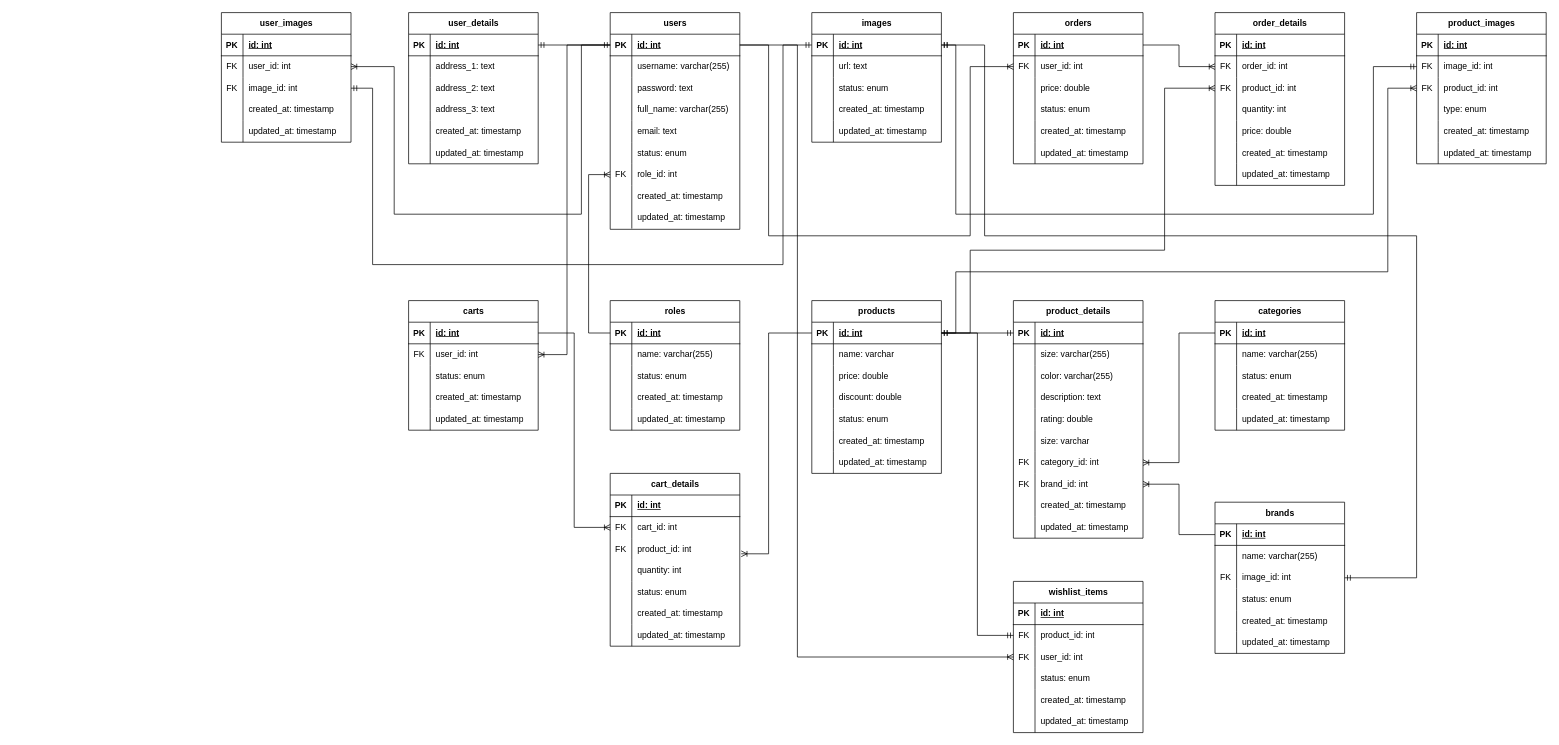
This is database.drawio from nhuttan12/thuc-tap-lap-trinh-di-dong, a draw.io file, before an edit. Source tidied: cells renumbered, new cells numbered last; positions are measured from the earlier drawing's top-left corner, leaving out a move shared by most shapes. Both pictures are drawn from the tidied source at 72%, with x=0, y=0 at pixel (221, 12).
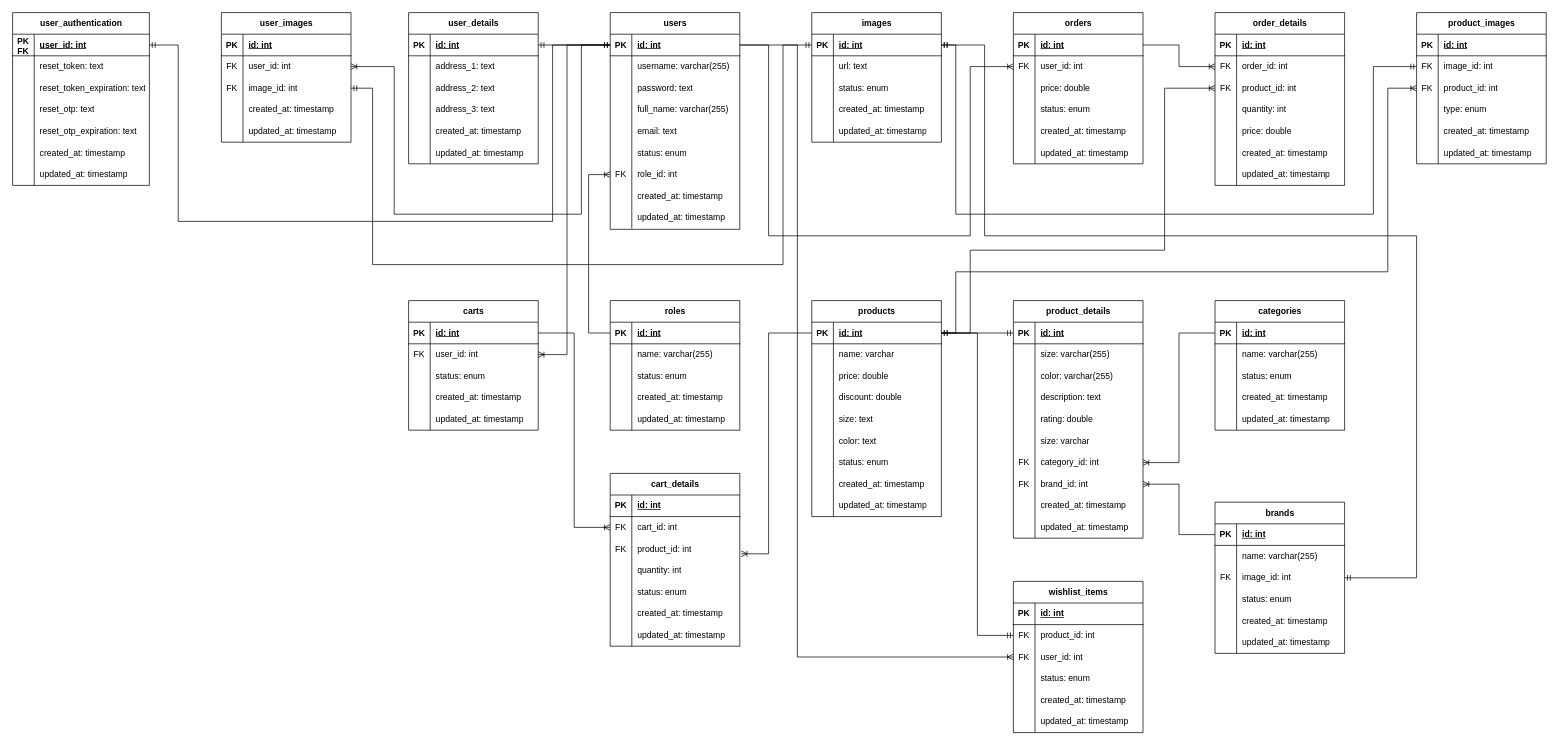
The same diagram, later.

The change refers to these unchanged cells:
```xml
<mxCell id="3" style="shape=tableRow;horizontal=0;startSize=0;swimlaneHead=0;swimlaneBody=0;fillColor=none;points=[[0,0.5],[1,0.5]];portConstraint=eastwest;top=0;left=0;right=0;bottom=1;" parent="2" vertex="1">
  <mxGeometry y="30" width="180" height="30" as="geometry" />
</mxCell>
```

The edit, as a diff of the source:
```diff
@@
     <mxCell id="66" value="products" style="shape=table;startSize=30;childLayout=tableLayout;rowLines=0;fontStyle=1;align=center;html=1;" parent="1" vertex="1">
-      <mxGeometry x="820" y="400" width="180" height="240" as="geometry" />
+      <mxGeometry x="820" y="400" width="180" height="300" as="geometry" />
     </mxCell>
@@
+    <mxCell id="320" style="shape=tableRow;horizontal=0;startSize=0;swimlaneHead=0;swimlaneBody=0;fillColor=none;top=0;left=0;right=0;bottom=0;" parent="66" vertex="1">
+      <mxGeometry y="150" width="180" height="30" as="geometry" />
+    </mxCell>
+    <mxCell id="321" style="shape=partialRectangle;fillColor=none;top=0;left=0;bottom=0;right=0;overflow=hidden;whiteSpace=wrap;html=1;" parent="320" vertex="1">
+      <mxGeometry width="30" height="30" as="geometry" />
+    </mxCell>
+    <mxCell id="322" value="size: text" style="shape=partialRectangle;fillColor=none;top=0;left=0;bottom=0;right=0;align=left;spacingLeft=6;overflow=hidden;whiteSpace=wrap;html=1;" parent="320" vertex="1">
+      <mxGeometry x="30" width="150" height="30" as="geometry" />
+    </mxCell>
+    <mxCell id="323" style="shape=tableRow;horizontal=0;startSize=0;swimlaneHead=0;swimlaneBody=0;fillColor=none;top=0;left=0;right=0;bottom=0;" parent="66" vertex="1">
+      <mxGeometry y="180" width="180" height="30" as="geometry" />
+    </mxCell>
+    <mxCell id="324" style="shape=partialRectangle;fillColor=none;top=0;left=0;bottom=0;right=0;overflow=hidden;whiteSpace=wrap;html=1;" parent="323" vertex="1">
+      <mxGeometry width="30" height="30" as="geometry" />
+    </mxCell>
+    <mxCell id="325" value="color: text" style="shape=partialRectangle;fillColor=none;top=0;left=0;bottom=0;right=0;align=left;spacingLeft=6;overflow=hidden;whiteSpace=wrap;html=1;" parent="323" vertex="1">
+      <mxGeometry x="30" width="150" height="30" as="geometry" />
+    </mxCell>
     <mxCell id="79" style="shape=tableRow;horizontal=0;startSize=0;swimlaneHead=0;swimlaneBody=0;fillColor=none;top=0;left=0;right=0;bottom=0;" parent="66" vertex="1">
-      <mxGeometry y="150" width="180" height="30" as="geometry" />
+      <mxGeometry y="210" width="180" height="30" as="geometry" />
     </mxCell>
@@
     <mxCell id="82" style="shape=tableRow;horizontal=0;startSize=0;swimlaneHead=0;swimlaneBody=0;fillColor=none;top=0;left=0;right=0;bottom=0;" parent="66" vertex="1">
-      <mxGeometry y="180" width="180" height="30" as="geometry" />
+      <mxGeometry y="240" width="180" height="30" as="geometry" />
     </mxCell>
@@
     <mxCell id="85" style="shape=tableRow;horizontal=0;startSize=0;swimlaneHead=0;swimlaneBody=0;fillColor=none;top=0;left=0;right=0;bottom=0;" parent="66" vertex="1">
-      <mxGeometry y="210" width="180" height="30" as="geometry" />
+      <mxGeometry y="270" width="180" height="30" as="geometry" />
     </mxCell>
@@
+    <mxCell id="326" value="user_authentication" style="shape=table;startSize=30;childLayout=tableLayout;rowLines=0;fontStyle=1;align=center;html=1;" parent="1" vertex="1">
+      <mxGeometry x="-290" width="190" height="240" as="geometry" />
+    </mxCell>
+    <mxCell id="327" style="shape=tableRow;horizontal=0;startSize=0;swimlaneHead=0;swimlaneBody=0;fillColor=none;points=[[0,0.5],[1,0.5]];portConstraint=eastwest;top=0;left=0;right=0;bottom=1;" parent="326" vertex="1">
+      <mxGeometry y="30" width="190" height="30" as="geometry" />
+    </mxCell>
+    <mxCell id="328" value="PK&lt;div&gt;FK&lt;/div&gt;" style="shape=partialRectangle;fillColor=none;top=0;left=0;bottom=0;right=0;fontStyle=1;overflow=hidden;whiteSpace=wrap;html=1;" parent="327" vertex="1">
+      <mxGeometry width="30" height="30" as="geometry" />
+    </mxCell>
+    <mxCell id="329" value="user_id: int" style="shape=partialRectangle;fillColor=none;top=0;left=0;bottom=0;right=0;align=left;spacingLeft=6;fontStyle=5;overflow=hidden;whiteSpace=wrap;html=1;" parent="327" vertex="1">
+      <mxGeometry x="30" width="160" height="30" as="geometry" />
+    </mxCell>
+    <mxCell id="330" style="shape=tableRow;horizontal=0;startSize=0;swimlaneHead=0;swimlaneBody=0;fillColor=none;top=0;left=0;right=0;bottom=0;" parent="326" vertex="1">
+      <mxGeometry y="60" width="190" height="30" as="geometry" />
+    </mxCell>
+    <mxCell id="331" style="shape=partialRectangle;fillColor=none;top=0;left=0;bottom=0;right=0;overflow=hidden;whiteSpace=wrap;html=1;" parent="330" vertex="1">
+      <mxGeometry width="30" height="30" as="geometry" />
+    </mxCell>
+    <mxCell id="332" value="reset_token: text" style="shape=partialRectangle;fillColor=none;top=0;left=0;bottom=0;right=0;align=left;spacingLeft=6;overflow=hidden;whiteSpace=wrap;html=1;" parent="330" vertex="1">
+      <mxGeometry x="30" width="160" height="30" as="geometry" />
+    </mxCell>
+    <mxCell id="333" style="shape=tableRow;horizontal=0;startSize=0;swimlaneHead=0;swimlaneBody=0;fillColor=none;top=0;left=0;right=0;bottom=0;" parent="326" vertex="1">
+      <mxGeometry y="90" width="190" height="30" as="geometry" />
+    </mxCell>
+    <mxCell id="334" style="shape=partialRectangle;fillColor=none;top=0;left=0;bottom=0;right=0;overflow=hidden;whiteSpace=wrap;html=1;" parent="333" vertex="1">
+      <mxGeometry width="30" height="30" as="geometry" />
+    </mxCell>
+    <mxCell id="335" value="reset_token_expiration: text" style="shape=partialRectangle;fillColor=none;top=0;left=0;bottom=0;right=0;align=left;spacingLeft=6;overflow=hidden;whiteSpace=wrap;html=1;" parent="333" vertex="1">
+      <mxGeometry x="30" width="160" height="30" as="geometry" />
+    </mxCell>
+    <mxCell id="336" style="shape=tableRow;horizontal=0;startSize=0;swimlaneHead=0;swimlaneBody=0;fillColor=none;top=0;left=0;right=0;bottom=0;" parent="326" vertex="1">
+      <mxGeometry y="120" width="190" height="30" as="geometry" />
+    </mxCell>
+    <mxCell id="337" style="shape=partialRectangle;fillColor=none;top=0;left=0;bottom=0;right=0;overflow=hidden;whiteSpace=wrap;html=1;" parent="336" vertex="1">
+      <mxGeometry width="30" height="30" as="geometry" />
+    </mxCell>
+    <mxCell id="338" value="reset_otp: text" style="shape=partialRectangle;fillColor=none;top=0;left=0;bottom=0;right=0;align=left;spacingLeft=6;overflow=hidden;whiteSpace=wrap;html=1;" parent="336" vertex="1">
+      <mxGeometry x="30" width="160" height="30" as="geometry" />
+    </mxCell>
+    <mxCell id="339" style="shape=tableRow;horizontal=0;startSize=0;swimlaneHead=0;swimlaneBody=0;fillColor=none;top=0;left=0;right=0;bottom=0;" parent="326" vertex="1">
+      <mxGeometry y="150" width="190" height="30" as="geometry" />
+    </mxCell>
+    <mxCell id="340" style="shape=partialRectangle;fillColor=none;top=0;left=0;bottom=0;right=0;overflow=hidden;whiteSpace=wrap;html=1;" parent="339" vertex="1">
+      <mxGeometry width="30" height="30" as="geometry" />
+    </mxCell>
+    <mxCell id="341" value="reset_otp_expiration: text" style="shape=partialRectangle;fillColor=none;top=0;left=0;bottom=0;right=0;align=left;spacingLeft=6;overflow=hidden;whiteSpace=wrap;html=1;" parent="339" vertex="1">
+      <mxGeometry x="30" width="160" height="30" as="geometry" />
+    </mxCell>
+    <mxCell id="342" style="shape=tableRow;horizontal=0;startSize=0;swimlaneHead=0;swimlaneBody=0;fillColor=none;top=0;left=0;right=0;bottom=0;" parent="326" vertex="1">
+      <mxGeometry y="180" width="190" height="30" as="geometry" />
+    </mxCell>
+    <mxCell id="343" style="shape=partialRectangle;fillColor=none;top=0;left=0;bottom=0;right=0;overflow=hidden;whiteSpace=wrap;html=1;" parent="342" vertex="1">
+      <mxGeometry width="30" height="30" as="geometry" />
+    </mxCell>
+    <mxCell id="344" value="created_at: timestamp" style="shape=partialRectangle;fillColor=none;top=0;left=0;bottom=0;right=0;align=left;spacingLeft=6;overflow=hidden;whiteSpace=wrap;html=1;" parent="342" vertex="1">
+      <mxGeometry x="30" width="160" height="30" as="geometry" />
+    </mxCell>
+    <mxCell id="345" style="shape=tableRow;horizontal=0;startSize=0;swimlaneHead=0;swimlaneBody=0;fillColor=none;top=0;left=0;right=0;bottom=0;" parent="326" vertex="1">
+      <mxGeometry y="210" width="190" height="30" as="geometry" />
+    </mxCell>
+    <mxCell id="346" style="shape=partialRectangle;fillColor=none;top=0;left=0;bottom=0;right=0;overflow=hidden;whiteSpace=wrap;html=1;" parent="345" vertex="1">
+      <mxGeometry width="30" height="30" as="geometry" />
+    </mxCell>
+    <mxCell id="347" value="updated_at: timestamp" style="shape=partialRectangle;fillColor=none;top=0;left=0;bottom=0;right=0;align=left;spacingLeft=6;overflow=hidden;whiteSpace=wrap;html=1;" parent="345" vertex="1">
+      <mxGeometry x="30" width="160" height="30" as="geometry" />
+    </mxCell>
+    <mxCell id="348" style="edgeStyle=orthogonalEdgeStyle;fontSize=12;html=1;endArrow=ERmandOne;startArrow=ERmandOne;rounded=0;exitX=1;exitY=0.5;exitDx=0;exitDy=0;entryX=0;entryY=0.5;entryDx=0;entryDy=0;" parent="1" edge="1" source="327" target="3">
+      <mxGeometry relative="1" as="geometry">
+        <Array as="points">
+          <mxPoint x="-60" y="45" />
+          <mxPoint x="-60" y="290" />
+          <mxPoint x="460" y="290" />
+          <mxPoint x="460" y="45" />
+        </Array>
+      </mxGeometry>
+    </mxCell>
```
